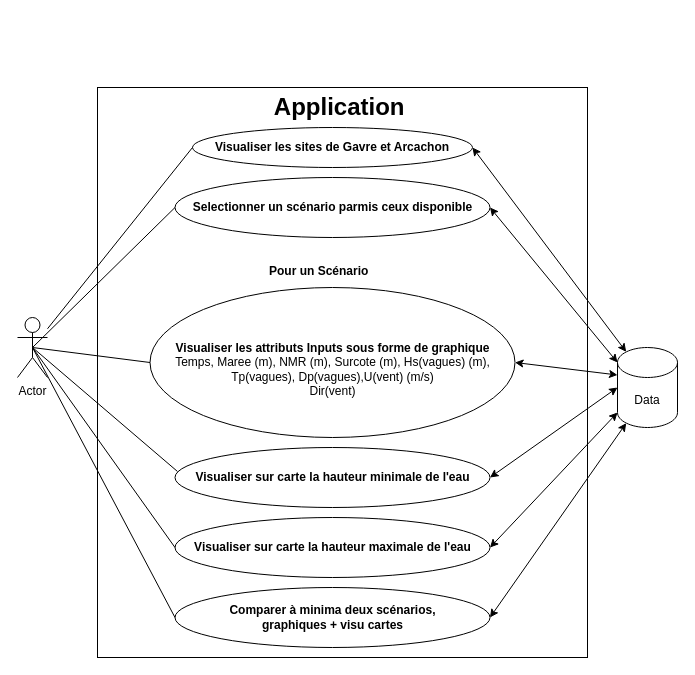
Before: page "user" (2 of 7) of UML_diagrams.drawio in IlonaBaran/oracles, a draw.io diagram. Source tidied: cells renumbered, new cells numbered last; positions are measured from the earlier drawing's top-left corner, leaving out a move shared by most shapes. Both pictures are drawn from the tidied source at 100%, with x=0, y=0 at pixel (17, 87).
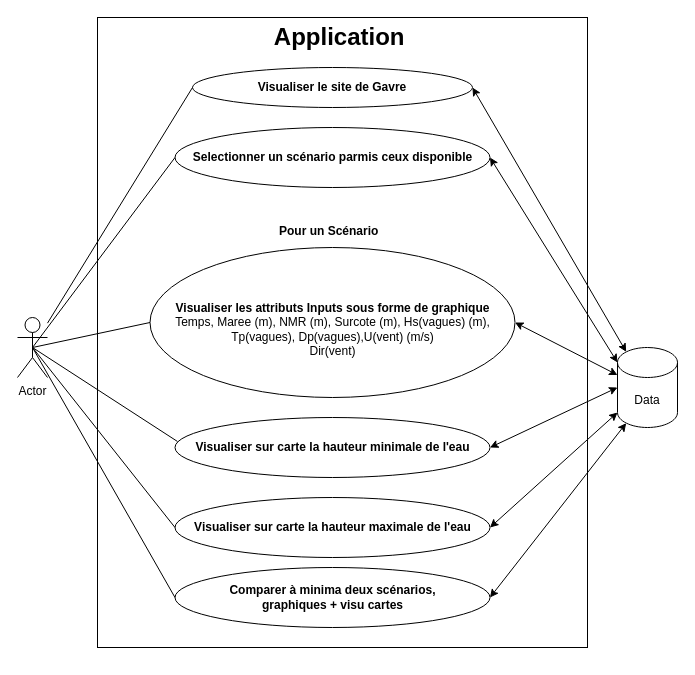
Above is the later version.

The edit, as a diff of the source:
```diff
@@
     <mxCell id="2" style="rounded=0;whiteSpace=wrap;html=1;" parent="1" vertex="1">
-      <mxGeometry x="80" width="490" height="570" as="geometry" />
+      <mxGeometry x="80" y="-70" width="490" height="630" as="geometry" />
     </mxCell>
@@
-    <mxCell id="4" value="&lt;b&gt;Visualiser les sites de Gavre et Arcachon&lt;/b&gt;" style="ellipse;whiteSpace=wrap;html=1;" parent="1" vertex="1">
-      <mxGeometry x="175" y="40" width="280" height="40" as="geometry" />
+    <mxCell id="4" value="&lt;b&gt;Visualiser le site de Gavre&lt;br&gt;&lt;/b&gt;" style="ellipse;whiteSpace=wrap;html=1;" parent="1" vertex="1">
+      <mxGeometry x="175" y="-20" width="280" height="40" as="geometry" />
     </mxCell>
     <mxCell id="5" value="&lt;b&gt;Selectionner un scénario parmis ceux disponible&lt;/b&gt;" style="ellipse;whiteSpace=wrap;html=1;" parent="1" vertex="1">
-      <mxGeometry x="157.5" y="90" width="315" height="60" as="geometry" />
+      <mxGeometry x="157.5" y="40" width="315" height="60" as="geometry" />
     </mxCell>
     <mxCell id="6" value="&lt;div&gt;&lt;br&gt;&lt;/div&gt;&lt;div&gt;&lt;b&gt;Visualiser les attributs Inputs sous forme de graphique &lt;/b&gt;&lt;br&gt;&lt;/div&gt;&lt;div&gt;Temps, Maree (m), NMR (m), Surcote (m), Hs(vagues) (m), Tp(vagues), Dp(vagues),U(vent) (m/s)&lt;br&gt;Dir(vent)&lt;br&gt;&lt;/div&gt;" style="ellipse;whiteSpace=wrap;html=1;" parent="1" vertex="1">
-      <mxGeometry x="132.5" y="200" width="365" height="150" as="geometry" />
+      <mxGeometry x="132.5" y="160" width="365" height="150" as="geometry" />
     </mxCell>
     <mxCell id="7" value="&lt;div&gt;&lt;b&gt;Visualiser sur carte la hauteur minimale de l'eau &lt;/b&gt;&lt;/div&gt;" style="ellipse;whiteSpace=wrap;html=1;" parent="1" vertex="1">
-      <mxGeometry x="157.5" y="360" width="315" height="60" as="geometry" />
+      <mxGeometry x="157.5" y="330" width="315" height="60" as="geometry" />
     </mxCell>
     <mxCell id="8" value="&lt;div&gt;&lt;b&gt;Visualiser sur carte la hauteur maximale de l'eau &lt;/b&gt;&lt;/div&gt;" style="ellipse;whiteSpace=wrap;html=1;" parent="1" vertex="1">
-      <mxGeometry x="157.5" y="430" width="315" height="60" as="geometry" />
+      <mxGeometry x="157.5" y="410" width="315" height="60" as="geometry" />
     </mxCell>
     <mxCell id="9" value="&lt;div&gt;&lt;b&gt;Pour un Scénario&lt;/b&gt;&lt;/div&gt;" style="text;whiteSpace=wrap;html=1;" parent="1" vertex="1">
-      <mxGeometry x="250" y="170" width="130" height="40" as="geometry" />
+      <mxGeometry x="260" y="130" width="130" height="40" as="geometry" />
     </mxCell>
     <mxCell id="10" value="&lt;div&gt;&lt;b&gt;Comparer à minima deux scénarios,&lt;/b&gt;&lt;/div&gt;&lt;div&gt;&lt;b&gt;graphiques + visu cartes&lt;br&gt;&lt;/b&gt;&lt;/div&gt;" style="ellipse;whiteSpace=wrap;html=1;" parent="1" vertex="1">
-      <mxGeometry x="157.5" y="500" width="315" height="60" as="geometry" />
+      <mxGeometry x="157.5" y="480" width="315" height="60" as="geometry" />
     </mxCell>
@@
     <mxCell id="24" value="Application&amp;nbsp;" style="text;strokeColor=none;fillColor=none;html=1;fontSize=24;fontStyle=1;verticalAlign=middle;align=center;" parent="1" vertex="1">
-      <mxGeometry x="275" width="100" height="40" as="geometry" />
+      <mxGeometry x="275" y="-70" width="100" height="40" as="geometry" />
     </mxCell>
```
